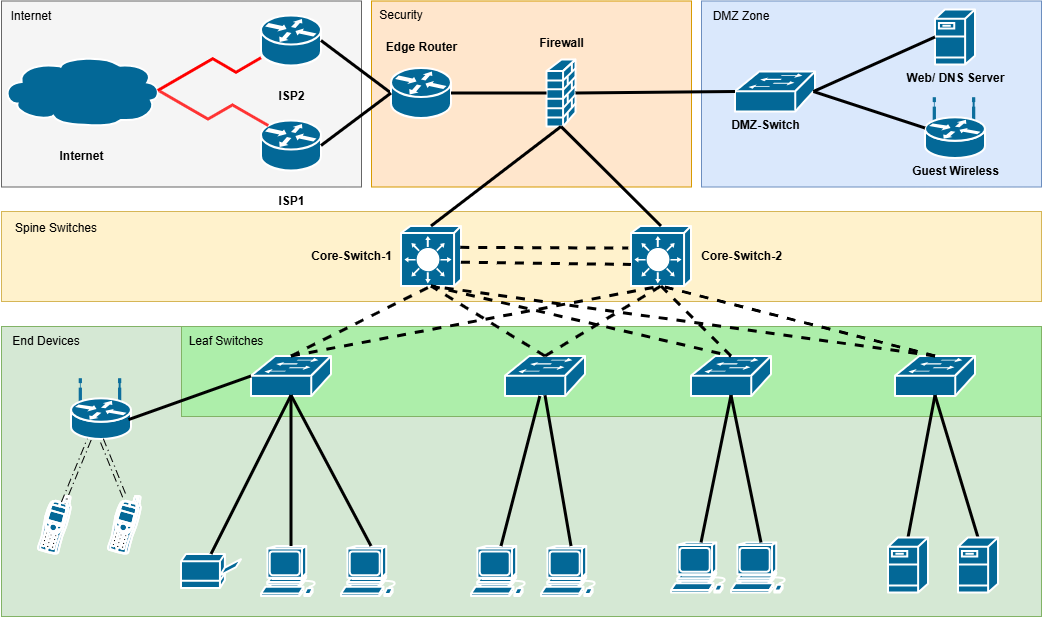
Earlier version of the draw.io export topology/topology.drawio.png (hhoangthinhh/net-project). Source tidied: cells renumbered, new cells last; positions are measured from the earlier drawing's top-left corner, leaving out a move shared by most shapes.
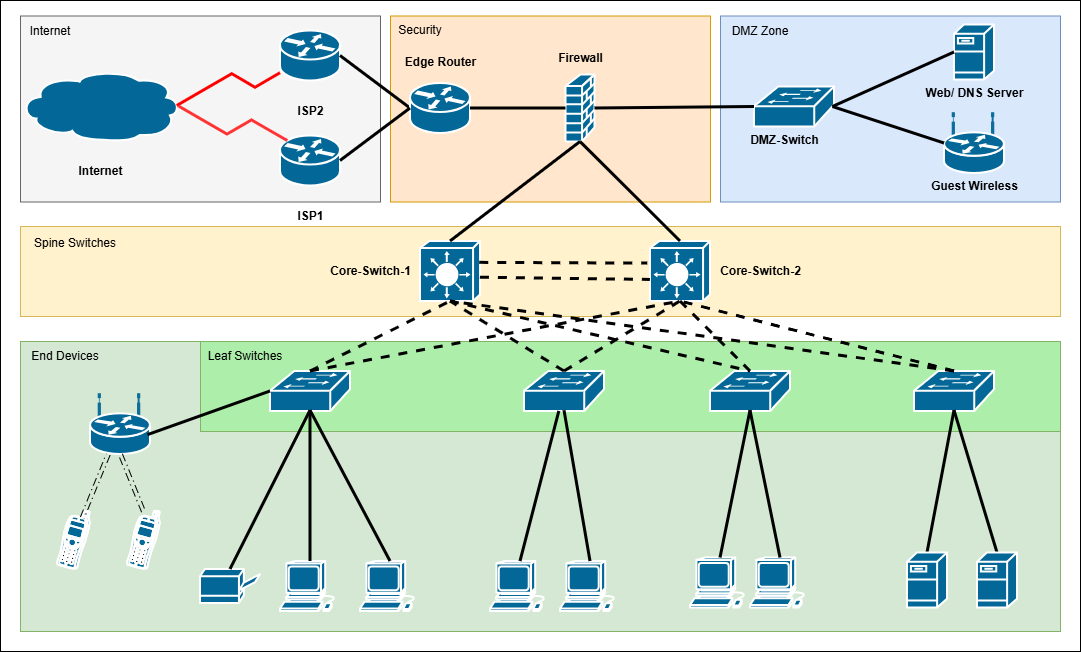
After the commit.

The edit, as a diff of the source:
```diff
@@ -2,6 +2,9 @@
   <root>
     <mxCell id="0" />
     <mxCell id="1" parent="0" />
+    <mxCell id="79" style="rounded=0;whiteSpace=wrap;html=1;" parent="1" vertex="1">
+      <mxGeometry x="-20" y="-15" width="1080" height="651" as="geometry" />
+    </mxCell>
     <mxCell id="2" style="rounded=0;whiteSpace=wrap;html=1;fillColor=#d5e8d4;strokeColor=#82b366;" parent="1" vertex="1">
       <mxGeometry y="326" width="1040" height="290" as="geometry" />
     </mxCell>
```
